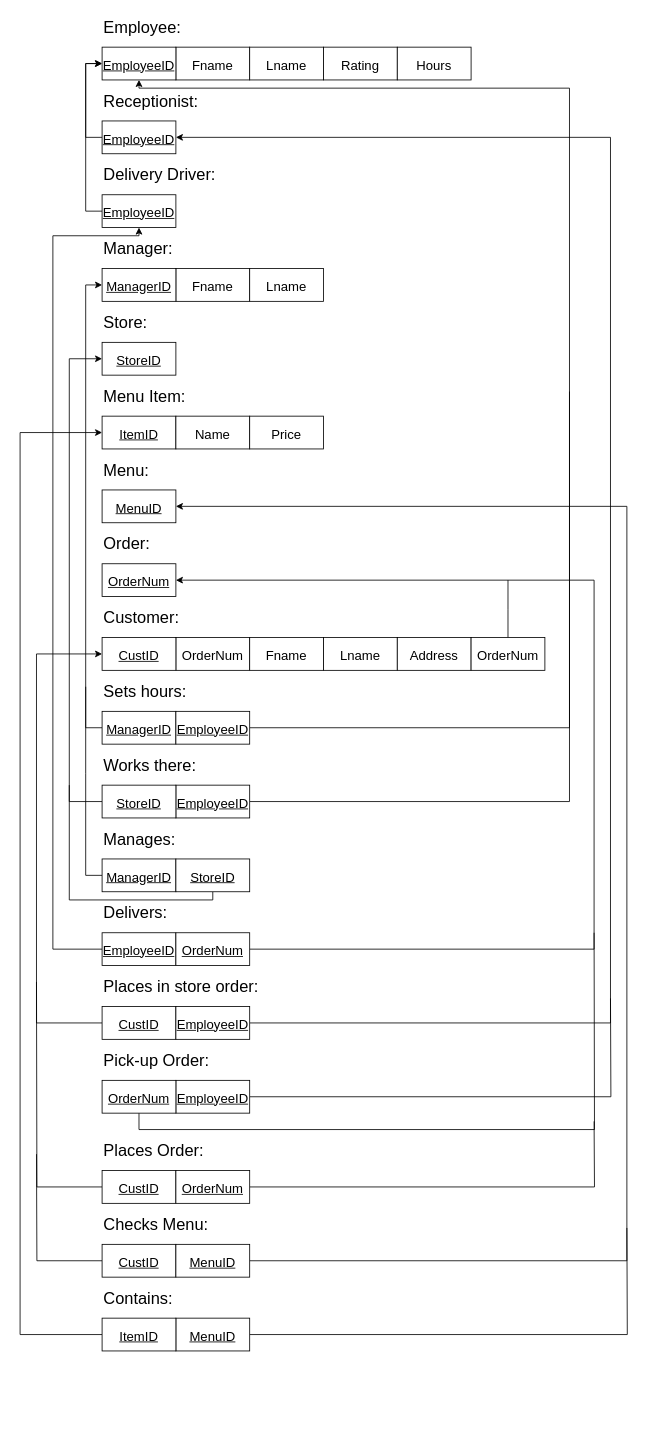
Above: Relational Diagram.drawio in hqiao8/Restaurant-Management-System (draw.io), before the change. Source tidied: cells renumbered, new cells numbered last; positions are measured from the earlier drawing's top-left corner, leaving out a move shared by most shapes. Both pictures are drawn from the tidied source at 82%, with x=0, y=0 at pixel (20, 14).
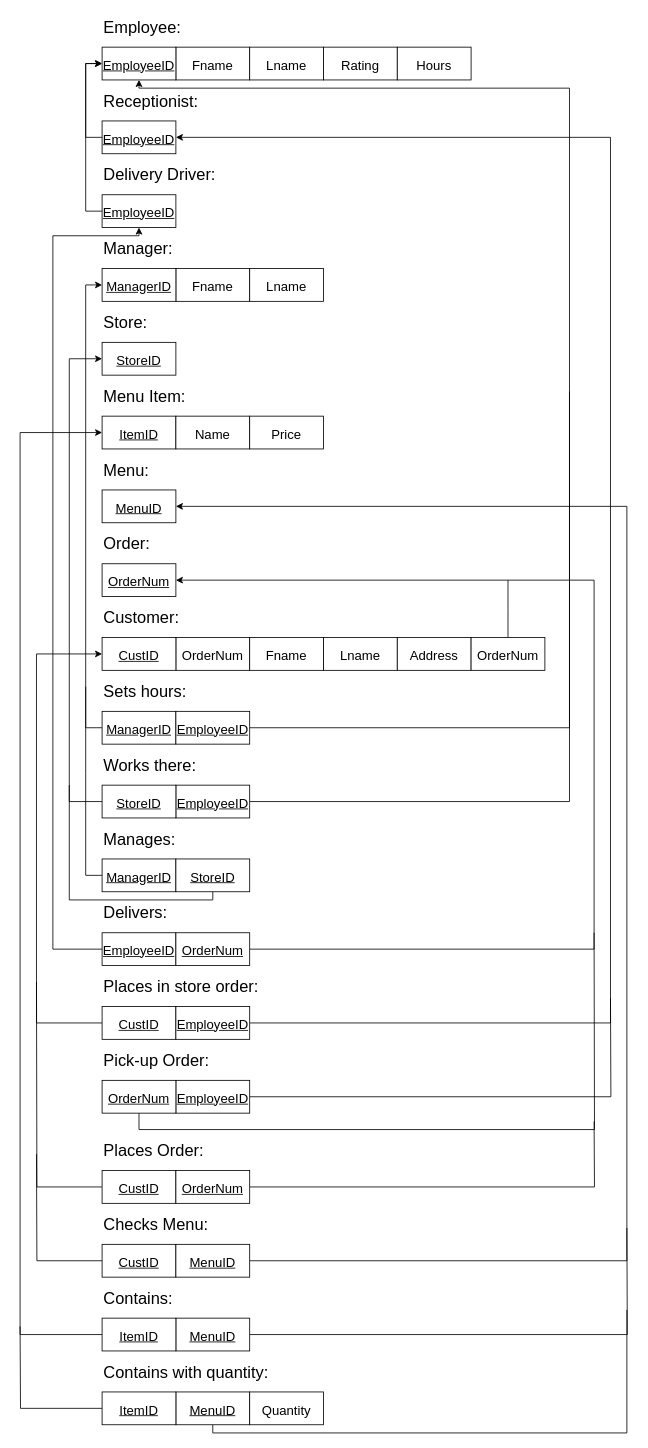
Above is the later version.

Commit message:
Added all relationships

The edit, as a diff of the source:
```diff
@@
+    <mxCell id="81" value="Contains with quantity:" style="text;html=1;align=left;verticalAlign=middle;strokeColor=none;fillColor=none;fontSize=20;" parent="1" vertex="1">
+      <mxGeometry x="100" y="1640" width="220" height="30" as="geometry" />
+    </mxCell>
+    <mxCell id="82" style="edgeStyle=orthogonalEdgeStyle;rounded=0;jettySize=auto;html=1;exitX=0.5;exitY=1;exitDx=0;exitDy=0;endArrow=none;endFill=0;" parent="1" edge="1" source="83">
+      <mxGeometry relative="1" as="geometry">
+        <mxPoint x="740" y="1580" as="targetPoint" />
+        <Array as="points">
+          <mxPoint x="235" y="1730" />
+          <mxPoint x="740" y="1730" />
+        </Array>
+      </mxGeometry>
+    </mxCell>
+    <mxCell id="83" value="&lt;font style=&quot;font-size: 16px&quot;&gt;&lt;u&gt;MenuID&lt;/u&gt;&lt;/font&gt;" style="rounded=0;whiteSpace=wrap;html=1;fontSize=20;" parent="1" vertex="1">
+      <mxGeometry x="190" y="1680" width="90" height="40" as="geometry" />
+    </mxCell>
+    <mxCell id="84" style="edgeStyle=orthogonalEdgeStyle;rounded=0;jettySize=auto;html=1;exitX=0;exitY=0.5;exitDx=0;exitDy=0;endArrow=none;endFill=0;" parent="1" edge="1" source="85">
+      <mxGeometry relative="1" as="geometry">
+        <mxPoint y="1600" as="targetPoint" />
+      </mxGeometry>
+    </mxCell>
+    <mxCell id="85" value="&lt;font style=&quot;font-size: 16px&quot;&gt;&lt;u&gt;ItemID&lt;/u&gt;&lt;/font&gt;" style="rounded=0;whiteSpace=wrap;html=1;fontSize=20;" parent="1" vertex="1">
+      <mxGeometry x="100" y="1680" width="90" height="40" as="geometry" />
+    </mxCell>
+    <mxCell id="86" value="&lt;span style=&quot;font-size: 16px&quot;&gt;Quantity&lt;/span&gt;" style="rounded=0;whiteSpace=wrap;html=1;fontSize=20;" parent="1" vertex="1">
+      <mxGeometry x="280" y="1680" width="90" height="40" as="geometry" />
+    </mxCell>
```
